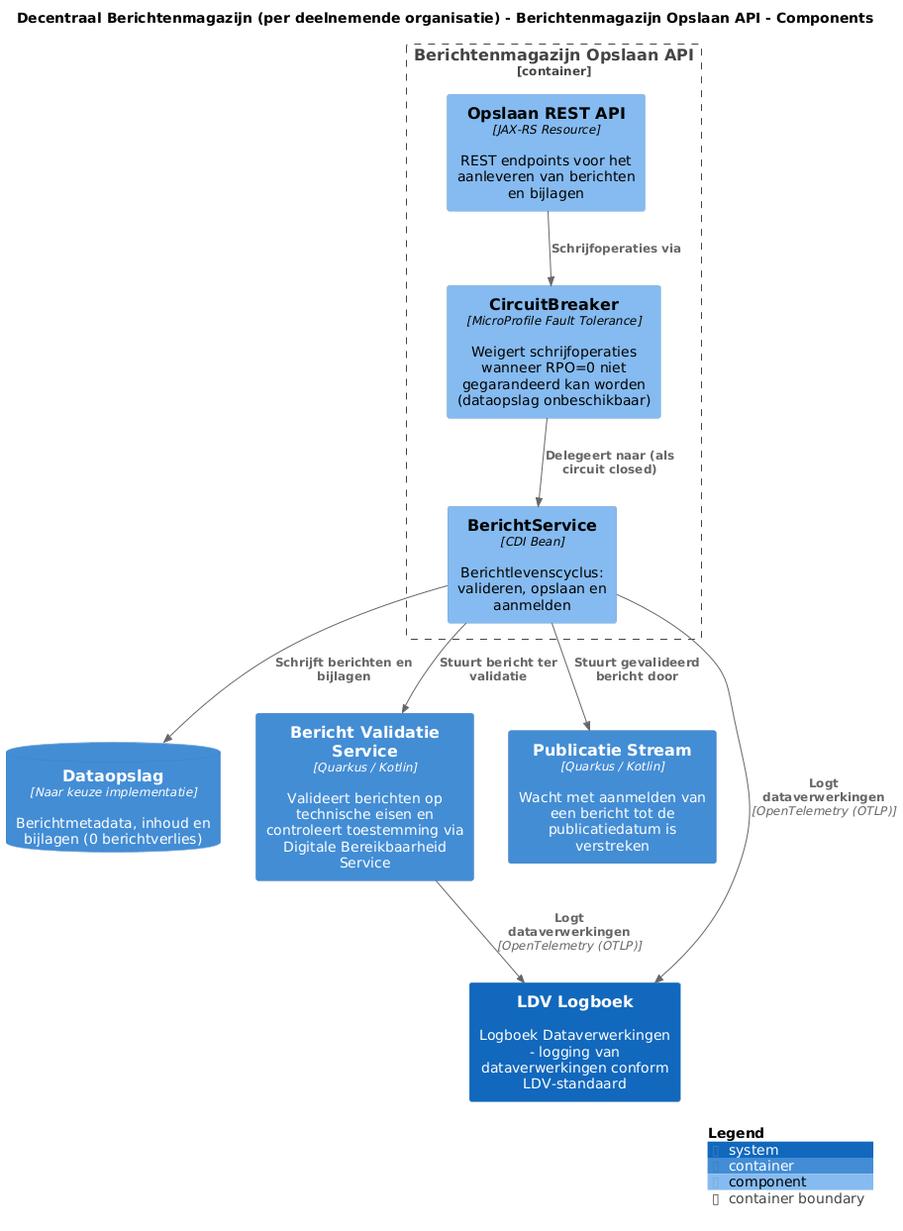
Above: pr-preview/pr-16/master/png/OpslaanAPIComponenten.png in MinBZK/moza-poc-fbs-berichtenbox (PlantUML), before the change. Source of this version:
```plantuml
@startuml
set separator none
title Decentraal Berichtenmagazijn (per deelnemende organisatie) - Berichtenmagazijn Opslaan API - Components

top to bottom direction

!include <C4/C4>
!include <C4/C4_Context>
!include <C4/C4_Container>
!include <C4/C4_Component>

ContainerDb(DecentraalBerichtenmagazijnperdeelnemendeorganisatie.Dataopslag, "Dataopslag", $techn="Naar keuze implementatie", $descr="Berichtmetadata, inhoud en bijlagen (0 berichtverlies)", $tags="", $link="")
Container(DecentraalBerichtenmagazijnperdeelnemendeorganisatie.BerichtValidatieService, "Bericht Validatie Service", $techn="Quarkus / Kotlin", $descr="Valideert berichten op technische eisen en controleert toestemming via Digitale Bereikbaarheid Service", $tags="", $link="")
Container(DecentraalBerichtenmagazijnperdeelnemendeorganisatie.PublicatieStream, "Publicatie Stream", $techn="Quarkus / Kotlin", $descr="Wacht met aanmelden van een bericht tot de publicatiedatum is verstreken", $tags="", $link="")
System(LDVLogboek, "LDV Logboek", $descr="Logboek Dataverwerkingen - logging van dataverwerkingen conform LDV-standaard", $tags="", $link="")

Container_Boundary("DecentraalBerichtenmagazijnperdeelnemendeorganisatie.BerichtenmagazijnOpslaanAPI_boundary", "Berichtenmagazijn Opslaan API", $tags="") {
  Component(DecentraalBerichtenmagazijnperdeelnemendeorganisatie.BerichtenmagazijnOpslaanAPI.OpslaanRESTAPI, "Opslaan REST API", $techn="JAX-RS Resource", $descr="REST endpoints voor het aanleveren van berichten en bijlagen", $tags="", $link="")
  Component(DecentraalBerichtenmagazijnperdeelnemendeorganisatie.BerichtenmagazijnOpslaanAPI.CircuitBreaker, "CircuitBreaker", $techn="MicroProfile Fault Tolerance", $descr="Weigert schrijfoperaties wanneer RPO=0 niet gegarandeerd kan worden (dataopslag onbeschikbaar)", $tags="", $link="")
  Component(DecentraalBerichtenmagazijnperdeelnemendeorganisatie.BerichtenmagazijnOpslaanAPI.BerichtService, "BerichtService", $techn="CDI Bean", $descr="Berichtlevenscyclus: valideren, opslaan en aanmelden", $tags="", $link="")
}

Rel(DecentraalBerichtenmagazijnperdeelnemendeorganisatie.BerichtenmagazijnOpslaanAPI.BerichtService, LDVLogboek, "Logt dataverwerkingen", $techn="OpenTelemetry (OTLP)", $tags="", $link="")
Rel(DecentraalBerichtenmagazijnperdeelnemendeorganisatie.BerichtValidatieService, LDVLogboek, "Logt dataverwerkingen", $techn="OpenTelemetry (OTLP)", $tags="", $link="")
Rel(DecentraalBerichtenmagazijnperdeelnemendeorganisatie.BerichtenmagazijnOpslaanAPI.OpslaanRESTAPI, DecentraalBerichtenmagazijnperdeelnemendeorganisatie.BerichtenmagazijnOpslaanAPI.CircuitBreaker, "Schrijfoperaties via", $techn="", $tags="", $link="")
Rel(DecentraalBerichtenmagazijnperdeelnemendeorganisatie.BerichtenmagazijnOpslaanAPI.CircuitBreaker, DecentraalBerichtenmagazijnperdeelnemendeorganisatie.BerichtenmagazijnOpslaanAPI.BerichtService, "Delegeert naar (als circuit closed)", $techn="", $tags="", $link="")
Rel(DecentraalBerichtenmagazijnperdeelnemendeorganisatie.BerichtenmagazijnOpslaanAPI.BerichtService, DecentraalBerichtenmagazijnperdeelnemendeorganisatie.Dataopslag, "Schrijft berichten en bijlagen", $techn="", $tags="", $link="")
Rel(DecentraalBerichtenmagazijnperdeelnemendeorganisatie.BerichtenmagazijnOpslaanAPI.BerichtService, DecentraalBerichtenmagazijnperdeelnemendeorganisatie.BerichtValidatieService, "Stuurt bericht ter validatie", $techn="", $tags="", $link="")
Rel(DecentraalBerichtenmagazijnperdeelnemendeorganisatie.BerichtenmagazijnOpslaanAPI.BerichtService, DecentraalBerichtenmagazijnperdeelnemendeorganisatie.PublicatieStream, "Stuurt gevalideerd bericht door", $techn="", $tags="", $link="")

SHOW_LEGEND(true)
@enduml
```
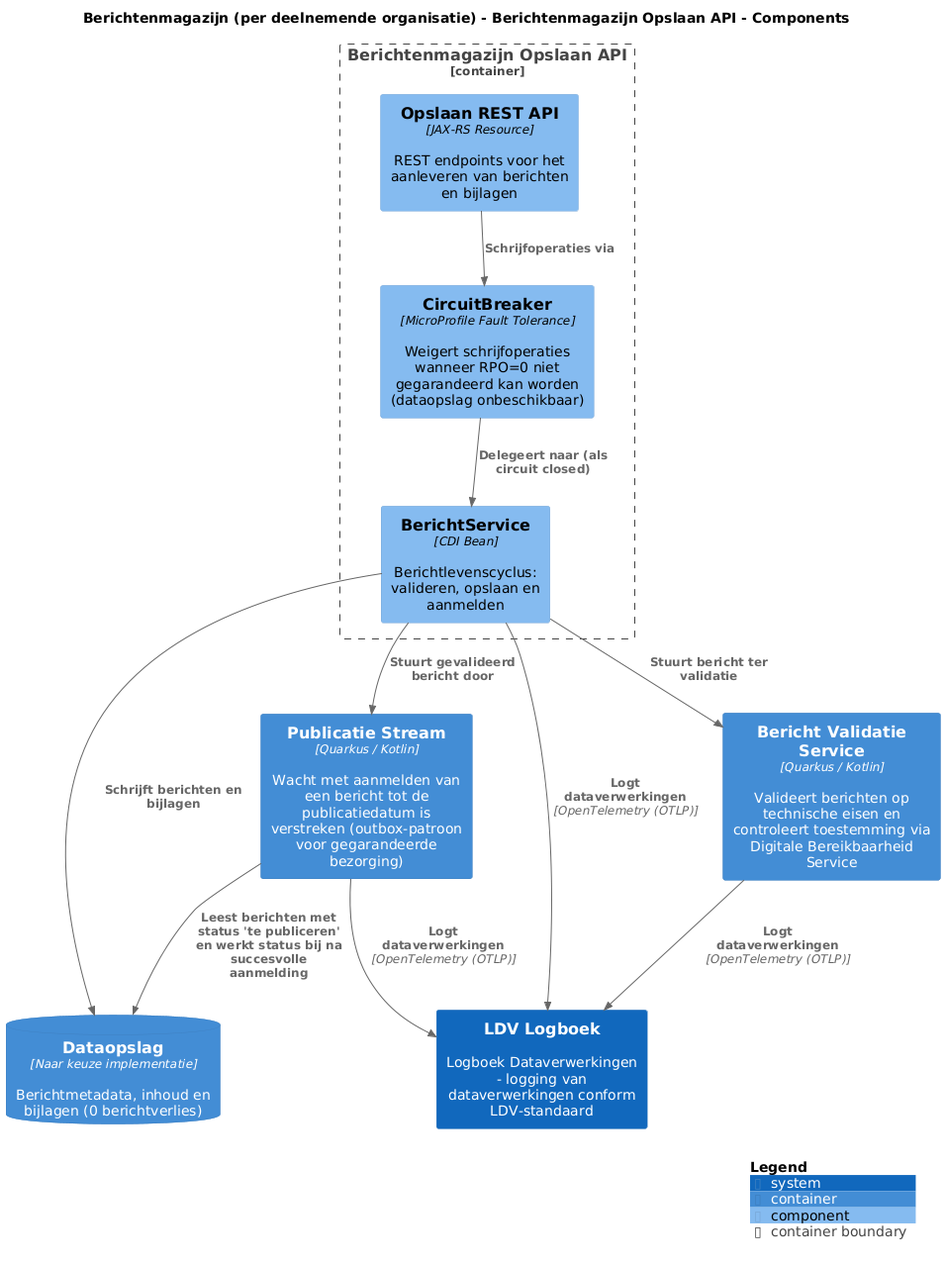
Above is the later version.

Diff of the diagram source:
```diff
@@ -1,6 +1,6 @@
 @startuml
 set separator none
-title Decentraal Berichtenmagazijn (per deelnemende organisatie) - Berichtenmagazijn Opslaan API - Components
+title Berichtenmagazijn (per deelnemende organisatie) - Berichtenmagazijn Opslaan API - Components
 
 top to bottom direction
 
@@ -9,24 +9,26 @@
 !include <C4/C4_Container>
 !include <C4/C4_Component>
 
-ContainerDb(DecentraalBerichtenmagazijnperdeelnemendeorganisatie.Dataopslag, "Dataopslag", $techn="Naar keuze implementatie", $descr="Berichtmetadata, inhoud en bijlagen (0 berichtverlies)", $tags="", $link="")
-Container(DecentraalBerichtenmagazijnperdeelnemendeorganisatie.BerichtValidatieService, "Bericht Validatie Service", $techn="Quarkus / Kotlin", $descr="Valideert berichten op technische eisen en controleert toestemming via Digitale Bereikbaarheid Service", $tags="", $link="")
-Container(DecentraalBerichtenmagazijnperdeelnemendeorganisatie.PublicatieStream, "Publicatie Stream", $techn="Quarkus / Kotlin", $descr="Wacht met aanmelden van een bericht tot de publicatiedatum is verstreken", $tags="", $link="")
+ContainerDb(Berichtenmagazijnperdeelnemendeorganisatie.Dataopslag, "Dataopslag", $techn="Naar keuze implementatie", $descr="Berichtmetadata, inhoud en bijlagen (0 berichtverlies)", $tags="", $link="")
+Container(Berichtenmagazijnperdeelnemendeorganisatie.BerichtValidatieService, "Bericht Validatie Service", $techn="Quarkus / Kotlin", $descr="Valideert berichten op technische eisen en controleert toestemming via Digitale Bereikbaarheid Service", $tags="", $link="")
+Container(Berichtenmagazijnperdeelnemendeorganisatie.PublicatieStream, "Publicatie Stream", $techn="Quarkus / Kotlin", $descr="Wacht met aanmelden van een bericht tot de publicatiedatum is verstreken (outbox-patroon voor gegarandeerde bezorging)", $tags="", $link="")
 System(LDVLogboek, "LDV Logboek", $descr="Logboek Dataverwerkingen - logging van dataverwerkingen conform LDV-standaard", $tags="", $link="")
 
-Container_Boundary("DecentraalBerichtenmagazijnperdeelnemendeorganisatie.BerichtenmagazijnOpslaanAPI_boundary", "Berichtenmagazijn Opslaan API", $tags="") {
-  Component(DecentraalBerichtenmagazijnperdeelnemendeorganisatie.BerichtenmagazijnOpslaanAPI.OpslaanRESTAPI, "Opslaan REST API", $techn="JAX-RS Resource", $descr="REST endpoints voor het aanleveren van berichten en bijlagen", $tags="", $link="")
-  Component(DecentraalBerichtenmagazijnperdeelnemendeorganisatie.BerichtenmagazijnOpslaanAPI.CircuitBreaker, "CircuitBreaker", $techn="MicroProfile Fault Tolerance", $descr="Weigert schrijfoperaties wanneer RPO=0 niet gegarandeerd kan worden (dataopslag onbeschikbaar)", $tags="", $link="")
-  Component(DecentraalBerichtenmagazijnperdeelnemendeorganisatie.BerichtenmagazijnOpslaanAPI.BerichtService, "BerichtService", $techn="CDI Bean", $descr="Berichtlevenscyclus: valideren, opslaan en aanmelden", $tags="", $link="")
+Container_Boundary("Berichtenmagazijnperdeelnemendeorganisatie.BerichtenmagazijnOpslaanAPI_boundary", "Berichtenmagazijn Opslaan API", $tags="") {
+  Component(Berichtenmagazijnperdeelnemendeorganisatie.BerichtenmagazijnOpslaanAPI.OpslaanRESTAPI, "Opslaan REST API", $techn="JAX-RS Resource", $descr="REST endpoints voor het aanleveren van berichten en bijlagen", $tags="", $link="")
+  Component(Berichtenmagazijnperdeelnemendeorganisatie.BerichtenmagazijnOpslaanAPI.CircuitBreaker, "CircuitBreaker", $techn="MicroProfile Fault Tolerance", $descr="Weigert schrijfoperaties wanneer RPO=0 niet gegarandeerd kan worden (dataopslag onbeschikbaar)", $tags="", $link="")
+  Component(Berichtenmagazijnperdeelnemendeorganisatie.BerichtenmagazijnOpslaanAPI.BerichtService, "BerichtService", $techn="CDI Bean", $descr="Berichtlevenscyclus: valideren, opslaan en aanmelden", $tags="", $link="")
 }
 
-Rel(DecentraalBerichtenmagazijnperdeelnemendeorganisatie.BerichtenmagazijnOpslaanAPI.BerichtService, LDVLogboek, "Logt dataverwerkingen", $techn="OpenTelemetry (OTLP)", $tags="", $link="")
-Rel(DecentraalBerichtenmagazijnperdeelnemendeorganisatie.BerichtValidatieService, LDVLogboek, "Logt dataverwerkingen", $techn="OpenTelemetry (OTLP)", $tags="", $link="")
-Rel(DecentraalBerichtenmagazijnperdeelnemendeorganisatie.BerichtenmagazijnOpslaanAPI.OpslaanRESTAPI, DecentraalBerichtenmagazijnperdeelnemendeorganisatie.BerichtenmagazijnOpslaanAPI.CircuitBreaker, "Schrijfoperaties via", $techn="", $tags="", $link="")
-Rel(DecentraalBerichtenmagazijnperdeelnemendeorganisatie.BerichtenmagazijnOpslaanAPI.CircuitBreaker, DecentraalBerichtenmagazijnperdeelnemendeorganisatie.BerichtenmagazijnOpslaanAPI.BerichtService, "Delegeert naar (als circuit closed)", $techn="", $tags="", $link="")
-Rel(DecentraalBerichtenmagazijnperdeelnemendeorganisatie.BerichtenmagazijnOpslaanAPI.BerichtService, DecentraalBerichtenmagazijnperdeelnemendeorganisatie.Dataopslag, "Schrijft berichten en bijlagen", $techn="", $tags="", $link="")
-Rel(DecentraalBerichtenmagazijnperdeelnemendeorganisatie.BerichtenmagazijnOpslaanAPI.BerichtService, DecentraalBerichtenmagazijnperdeelnemendeorganisatie.BerichtValidatieService, "Stuurt bericht ter validatie", $techn="", $tags="", $link="")
-Rel(DecentraalBerichtenmagazijnperdeelnemendeorganisatie.BerichtenmagazijnOpslaanAPI.BerichtService, DecentraalBerichtenmagazijnperdeelnemendeorganisatie.PublicatieStream, "Stuurt gevalideerd bericht door", $techn="", $tags="", $link="")
+Rel(Berichtenmagazijnperdeelnemendeorganisatie.BerichtValidatieService, LDVLogboek, "Logt dataverwerkingen", $techn="OpenTelemetry (OTLP)", $tags="", $link="")
+Rel(Berichtenmagazijnperdeelnemendeorganisatie.PublicatieStream, LDVLogboek, "Logt dataverwerkingen", $techn="OpenTelemetry (OTLP)", $tags="", $link="")
+Rel(Berichtenmagazijnperdeelnemendeorganisatie.BerichtenmagazijnOpslaanAPI.OpslaanRESTAPI, Berichtenmagazijnperdeelnemendeorganisatie.BerichtenmagazijnOpslaanAPI.CircuitBreaker, "Schrijfoperaties via", $techn="", $tags="", $link="")
+Rel(Berichtenmagazijnperdeelnemendeorganisatie.BerichtenmagazijnOpslaanAPI.CircuitBreaker, Berichtenmagazijnperdeelnemendeorganisatie.BerichtenmagazijnOpslaanAPI.BerichtService, "Delegeert naar (als circuit closed)", $techn="", $tags="", $link="")
+Rel(Berichtenmagazijnperdeelnemendeorganisatie.BerichtenmagazijnOpslaanAPI.BerichtService, Berichtenmagazijnperdeelnemendeorganisatie.Dataopslag, "Schrijft berichten en bijlagen", $techn="", $tags="", $link="")
+Rel(Berichtenmagazijnperdeelnemendeorganisatie.BerichtenmagazijnOpslaanAPI.BerichtService, Berichtenmagazijnperdeelnemendeorganisatie.BerichtValidatieService, "Stuurt bericht ter validatie", $techn="", $tags="", $link="")
+Rel(Berichtenmagazijnperdeelnemendeorganisatie.BerichtenmagazijnOpslaanAPI.BerichtService, Berichtenmagazijnperdeelnemendeorganisatie.PublicatieStream, "Stuurt gevalideerd bericht door", $techn="", $tags="", $link="")
+Rel(Berichtenmagazijnperdeelnemendeorganisatie.PublicatieStream, Berichtenmagazijnperdeelnemendeorganisatie.Dataopslag, "Leest berichten met status 'te publiceren' en werkt status bij na succesvolle aanmelding", $techn="", $tags="", $link="")
+Rel(Berichtenmagazijnperdeelnemendeorganisatie.BerichtenmagazijnOpslaanAPI.BerichtService, LDVLogboek, "Logt dataverwerkingen", $techn="OpenTelemetry (OTLP)", $tags="", $link="")
 
 SHOW_LEGEND(true)
 @enduml
```
